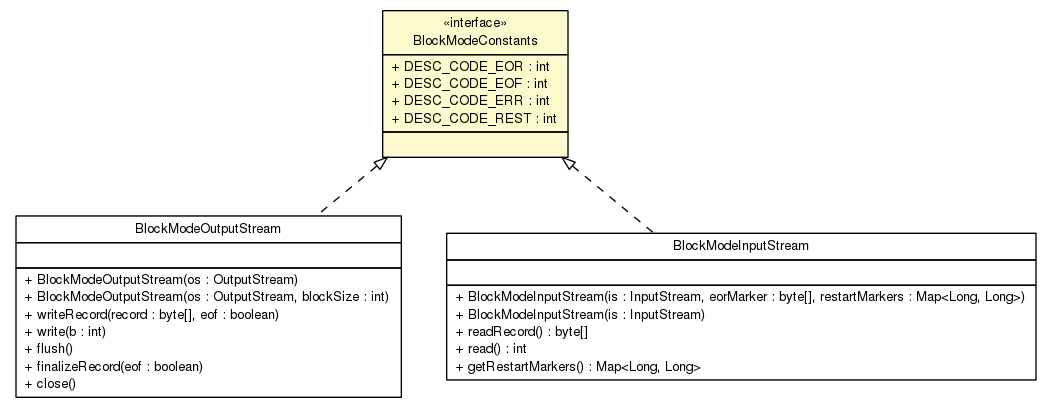
The Graphviz diagram apidocs/com/apporiented/hermesftp/streams/BlockModeConstants.png in lbehnke/hermesftp, before a commit. Its source is kept beside it as apidocs/com/apporiented/hermesftp/streams/BlockModeConstants.dot.
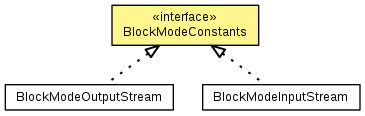
After the change.

Change to the diagram source:
```diff
@@ -4,7 +4,7 @@
 	node [fontname="Helvetica",fontsize=10,shape=plaintext];
 	nodesep=0.25;
 	ranksep=0.5;
-	c6627 [label=<<table title="com.apporiented.hermesftp.streams.BlockModeOutputStream" border="0" cellborder="1" cellspacing="0" cellpadding="2" port="p" href="./BlockModeOutputStream.html">
+	c6625 [label=<<table title="com.apporiented.hermesftp.streams.BlockModeOutputStream" border="0" cellborder="1" cellspacing="0" cellpadding="2" port="p" href="./BlockModeOutputStream.html">
 		<tr><td><table border="0" cellspacing="0" cellpadding="1">
 <tr><td align="center" balign="center"> BlockModeOutputStream </td></tr>
 		</table></td></tr>
@@ -21,7 +21,7 @@
 <tr><td align="left" balign="left"> + close() </td></tr>
 		</table></td></tr>
 		</table>>, fontname="Helvetica", fontcolor="black", fontsize=10.0];
-	c6631 [label=<<table title="com.apporiented.hermesftp.streams.BlockModeInputStream" border="0" cellborder="1" cellspacing="0" cellpadding="2" port="p" href="./BlockModeInputStream.html">
+	c6629 [label=<<table title="com.apporiented.hermesftp.streams.BlockModeInputStream" border="0" cellborder="1" cellspacing="0" cellpadding="2" port="p" href="./BlockModeInputStream.html">
 		<tr><td><table border="0" cellspacing="0" cellpadding="1">
 <tr><td align="center" balign="center"> BlockModeInputStream </td></tr>
 		</table></td></tr>
@@ -36,7 +36,7 @@
 <tr><td align="left" balign="left"> + getRestartMarkers() : Map&lt;Long, Long&gt; </td></tr>
 		</table></td></tr>
 		</table>>, fontname="Helvetica", fontcolor="black", fontsize=10.0];
-	c6633 [label=<<table title="com.apporiented.hermesftp.streams.BlockModeConstants" border="0" cellborder="1" cellspacing="0" cellpadding="2" port="p" bgcolor="lemonChiffon" href="./BlockModeConstants.html">
+	c6631 [label=<<table title="com.apporiented.hermesftp.streams.BlockModeConstants" border="0" cellborder="1" cellspacing="0" cellpadding="2" port="p" bgcolor="lemonChiffon" href="./BlockModeConstants.html">
 		<tr><td><table border="0" cellspacing="0" cellpadding="1">
 <tr><td align="center" balign="center"> &#171;interface&#187; </td></tr>
 <tr><td align="center" balign="center"> BlockModeConstants </td></tr>
@@ -51,6 +51,6 @@
 <tr><td align="left" balign="left">  </td></tr>
 		</table></td></tr>
 		</table>>, fontname="Helvetica", fontcolor="black", fontsize=10.0];
-	c6633:p -> c6627:p [dir=back,arrowtail=empty,style=dashed];
-	c6633:p -> c6631:p [dir=back,arrowtail=empty,style=dashed];
+	c6631:p -> c6625:p [dir=back,arrowtail=empty,style=dashed];
+	c6631:p -> c6629:p [dir=back,arrowtail=empty,style=dashed];
 }
```
